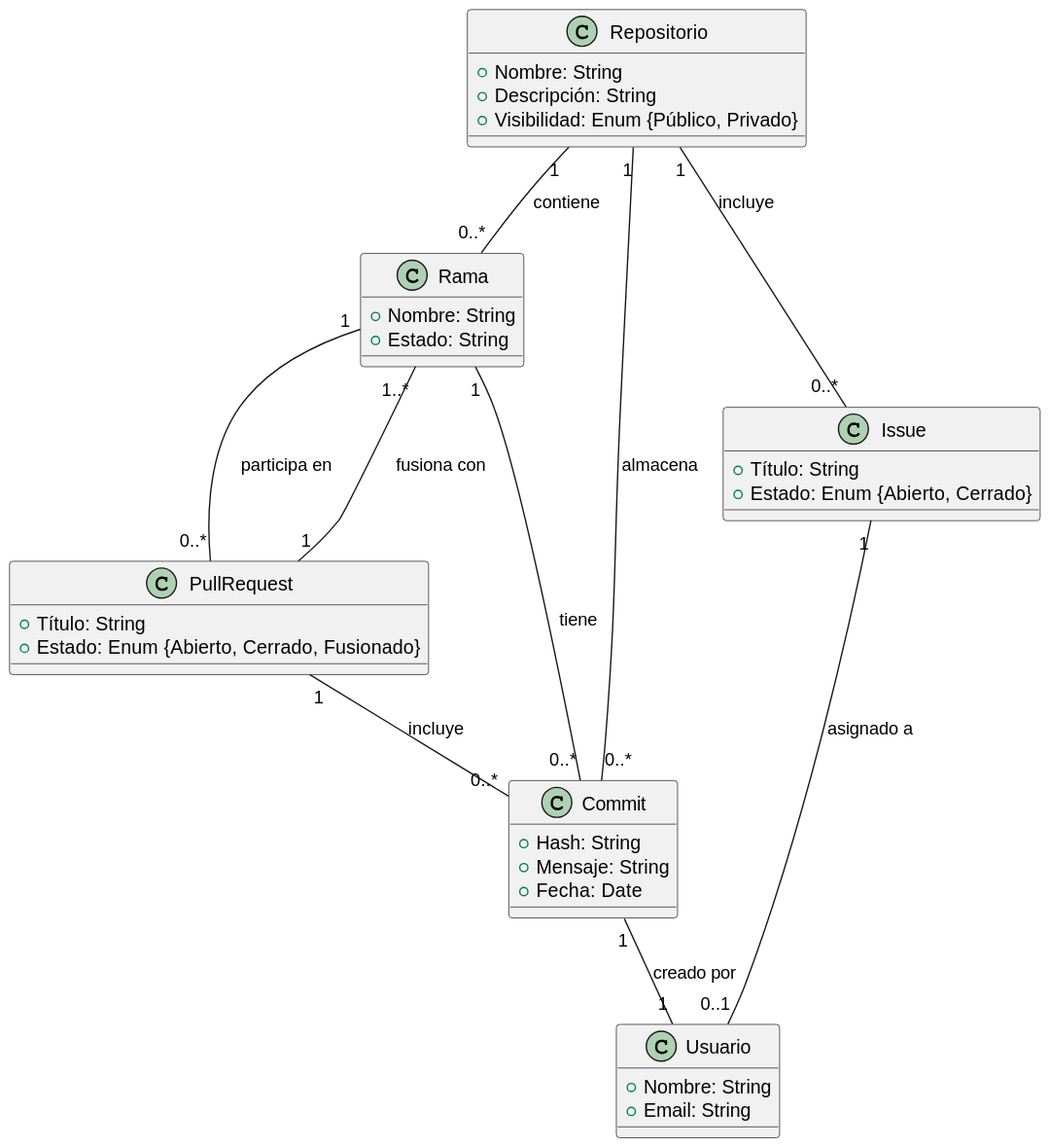
Before: entregas/AndersonLiam/reto-005/diagrama.svg, a diagram exported from PlantUML (mmasias/24-25-EDA1).
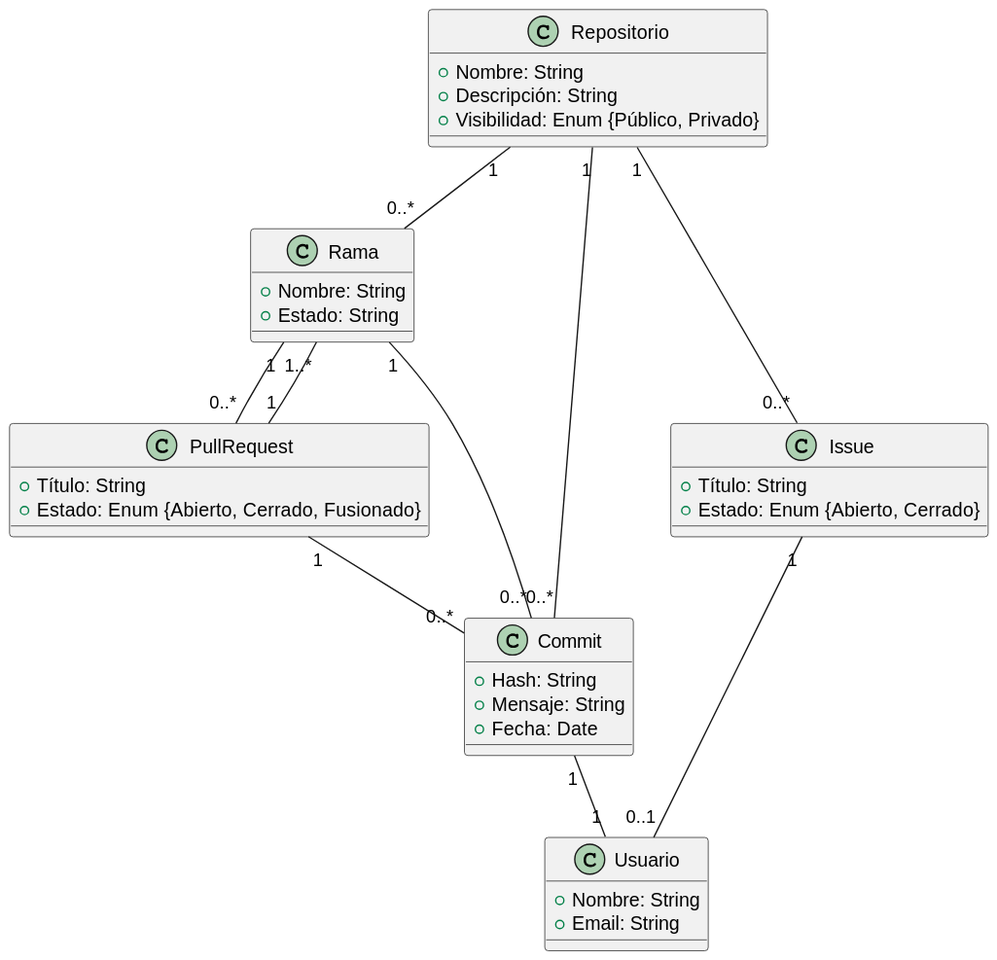
After the change.

Commit message:
Ultimos arreglos

Change to the diagram source:
```diff
@@ -31,13 +31,13 @@
   +Estado: Enum {Abierto, Cerrado}
 }
 
-Repositorio "1" -- "0..*" Rama : contiene
-Repositorio "1" -- "0..*" Commit : almacena
-Repositorio "1" -- "0..*" Issue : incluye
-Rama "1" -- "0..*" Commit : tiene
-Rama "1" -- "0..*" PullRequest : participa en
-PullRequest "1" -- "0..*" Commit : incluye
-PullRequest "1" -- "1..*" Rama : fusiona con
-Commit "1" -- "1" Usuario : creado por
-Issue "1" -- "0..1" Usuario : asignado a
+Repositorio "1" -- "0..*" Rama
+Repositorio "1" -- "0..*" Commit
+Repositorio "1" -- "0..*" Issue
+Rama "1" -- "0..*" Commit
+Rama "1" -- "0..*" PullRequest
+PullRequest "1" -- "0..*" Commit
+PullRequest "1" -- "1..*" Rama
+Commit "1" -- "1" Usuario
+Issue "1" -- "0..1" Usuario
 @enduml
```
